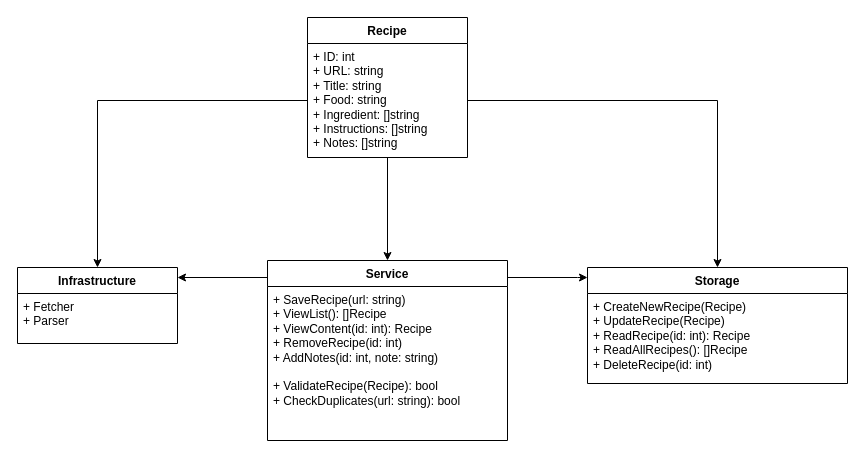
This is docs/class_diagram.drawio from acosio14/cook-book, a draw.io file, before an edit. Source tidied: cells renumbered, new cells numbered last; positions are measured from the earlier drawing's top-left corner, leaving out a move shared by most shapes. Both pictures are drawn from the tidied source at 100%, with x=0, y=0 at pixel (17, 17).
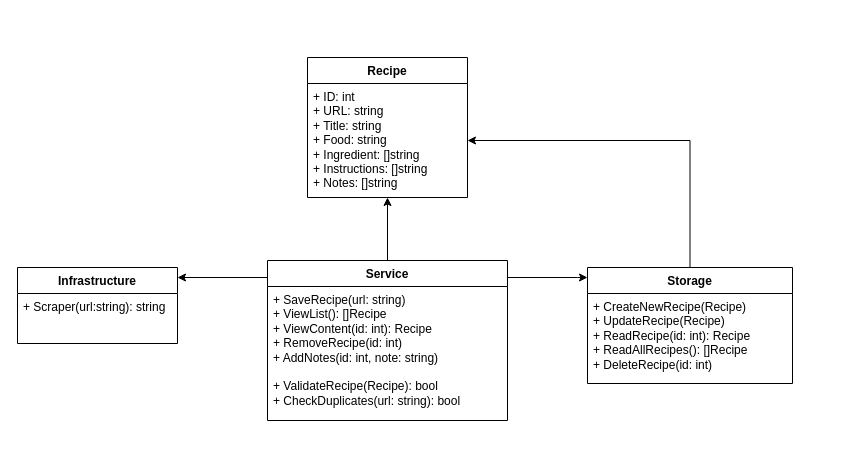
After the change.

Commit message (it also covers changes not shown here):
chore: modify class diagram to have correct infrastructure class and correct arrow direction.

Change to the diagram source:
```diff
@@
 <mxGraphModel>
   <root>
     <mxCell id="0" />
     <mxCell id="1" parent="0" />
-    <mxCell id="2" style="edgeStyle=orthogonalEdgeStyle;rounded=0;jettySize=auto;html=1;exitX=0.5;exitY=1;exitDx=0;exitDy=0;entryX=0.5;entryY=0;entryDx=0;entryDy=0;" parent="1" edge="1" source="3" target="7">
+    <mxCell id="2" style="edgeStyle=orthogonalEdgeStyle;rounded=0;jettySize=auto;html=1;exitX=0.5;exitY=0;exitDx=0;exitDy=0;entryX=0.5;entryY=1;entryDx=0;entryDy=0;" parent="1" edge="1" source="7" target="3">
       <mxGeometry relative="1" as="geometry" />
     </mxCell>
     <mxCell id="3" value="Recipe" style="swimlane;fontStyle=1;align=center;verticalAlign=top;horizontal=1;startSize=26;whiteSpace=wrap;html=1;" parent="1" vertex="1">
-      <mxGeometry x="290" width="160" height="140" as="geometry" />
+      <mxGeometry x="290" y="40" width="160" height="140" as="geometry" />
     </mxCell>
     <mxCell id="4" value="&lt;div&gt;+ ID: int&lt;/div&gt;&lt;div&gt;+ URL: string&lt;/div&gt;&lt;div&gt;+ Title: string&lt;/div&gt;&lt;div&gt;+ Food: string&lt;/div&gt;&lt;div&gt;+ Ingredient: []string&lt;/div&gt;&lt;div&gt;+ Instructions: []string&lt;/div&gt;&lt;div&gt;+ Notes: []string&lt;/div&gt;" style="text;strokeColor=none;fillColor=none;align=left;verticalAlign=top;spacingLeft=4;spacingRight=4;overflow=hidden;points=[[0,0.5],[1,0.5]];portConstraint=eastwest;whiteSpace=wrap;html=1;" parent="3" vertex="1">
       <mxGeometry y="26" width="160" height="114" as="geometry" />
     </mxCell>
     <mxCell id="5" value="Storage" style="swimlane;fontStyle=1;align=center;verticalAlign=top;horizontal=1;startSize=26;whiteSpace=wrap;html=1;" parent="1" vertex="1">
-      <mxGeometry x="570" y="250" width="260" height="116" as="geometry" />
+      <mxGeometry x="570" y="250" width="205" height="116" as="geometry" />
     </mxCell>
     <mxCell id="6" value="&lt;div&gt;+ CreateNewRecipe(Recipe)&lt;/div&gt;&lt;div&gt;+ UpdateRecipe(Recipe)&lt;/div&gt;&lt;div&gt;+ ReadRecipe(id: int): Recipe&lt;/div&gt;&lt;div&gt;+ ReadAllRecipes(): []Recipe&lt;/div&gt;&lt;div&gt;+ DeleteRecipe(id: int)&lt;/div&gt;" style="text;strokeColor=none;fillColor=none;align=left;verticalAlign=top;spacingLeft=4;spacingRight=4;overflow=hidden;whiteSpace=wrap;html=1;" parent="5" vertex="1">
-      <mxGeometry y="26" width="260" height="90" as="geometry" />
+      <mxGeometry y="26" width="205" height="90" as="geometry" />
     </mxCell>
     <mxCell id="7" value="Service" style="swimlane;fontStyle=1;align=center;verticalAlign=top;horizontal=1;startSize=26;whiteSpace=wrap;html=1;" parent="1" vertex="1">
-      <mxGeometry x="250" y="243" width="240" height="180" as="geometry" />
+      <mxGeometry x="250" y="243" width="240" height="160" as="geometry" />
     </mxCell>
     <mxCell id="8" value="&lt;div&gt;+ SaveRecipe(url: string)&lt;/div&gt;&lt;div&gt;+ ViewList(): []Recipe&lt;/div&gt;&lt;div&gt;+ ViewContent(id: int): Recipe&amp;nbsp;&lt;/div&gt;&lt;div&gt;+ RemoveRecipe(id: int)&lt;br&gt;+ AddNotes(id: int, note: string)&lt;/div&gt;&lt;div&gt;&lt;br&gt;&lt;/div&gt;&lt;div&gt;+ ValidateRecipe(Recipe): bool&lt;/div&gt;&lt;div&gt;+ CheckDuplicates(url: string): bool&lt;/div&gt;&lt;div&gt;&lt;br&gt;&lt;/div&gt;" style="text;strokeColor=none;fillColor=none;align=left;verticalAlign=top;spacingLeft=4;spacingRight=4;overflow=hidden;whiteSpace=wrap;html=1;" parent="7" vertex="1">
-      <mxGeometry y="26" width="240" height="154" as="geometry" />
+      <mxGeometry y="26" width="240" height="134" as="geometry" />
     </mxCell>
     <mxCell id="9" value="Infrastructure" style="swimlane;fontStyle=1;align=center;verticalAlign=top;horizontal=1;startSize=26;whiteSpace=wrap;html=1;" parent="1" vertex="1">
       <mxGeometry y="250" width="160" height="76" as="geometry" />
     </mxCell>
-    <mxCell id="10" value="&lt;div&gt;+ Fetcher&lt;/div&gt;&lt;div&gt;+ Parser&lt;/div&gt;" style="text;strokeColor=none;fillColor=none;align=left;verticalAlign=top;spacingLeft=4;spacingRight=4;overflow=hidden;whiteSpace=wrap;html=1;" parent="9" vertex="1">
+    <mxCell id="10" value="&lt;div&gt;+ Scraper(url:string): string&lt;/div&gt;" style="text;strokeColor=none;fillColor=none;align=left;verticalAlign=top;spacingLeft=4;spacingRight=4;overflow=hidden;whiteSpace=wrap;html=1;" parent="9" vertex="1">
       <mxGeometry y="26" width="160" height="50" as="geometry" />
     </mxCell>
-    <mxCell id="11" style="edgeStyle=orthogonalEdgeStyle;rounded=0;jettySize=auto;html=1;exitX=1;exitY=0.5;exitDx=0;exitDy=0;entryX=0.5;entryY=0;entryDx=0;entryDy=0;" parent="1" edge="1" source="4" target="5">
+    <mxCell id="11" style="edgeStyle=orthogonalEdgeStyle;rounded=0;jettySize=auto;html=1;exitX=0.5;exitY=0;exitDx=0;exitDy=0;entryX=1;entryY=0.5;entryDx=0;entryDy=0;" parent="1" edge="1" source="5" target="4">
       <mxGeometry relative="1" as="geometry" />
     </mxCell>
-    <mxCell id="12" style="edgeStyle=orthogonalEdgeStyle;rounded=0;jettySize=auto;html=1;exitX=0;exitY=0.5;exitDx=0;exitDy=0;entryX=0.5;entryY=0;entryDx=0;entryDy=0;" parent="1" edge="1" source="4" target="9">
-      <mxGeometry relative="1" as="geometry" />
-    </mxCell>
     <mxCell id="13" style="edgeStyle=orthogonalEdgeStyle;rounded=0;orthogonalLoop=1;jettySize=auto;html=1;" parent="1" edge="1">
       <mxGeometry relative="1" as="geometry">
         <mxPoint x="250" y="260" as="sourcePoint" />
         <mxPoint x="160" y="260" as="targetPoint" />
         <Array as="points">
           <mxPoint x="250" y="260" />
         </Array>
       </mxGeometry>
     </mxCell>
     <mxCell id="14" style="edgeStyle=orthogonalEdgeStyle;rounded=0;orthogonalLoop=1;jettySize=auto;html=1;" parent="1" edge="1">
       <mxGeometry relative="1" as="geometry">
         <mxPoint x="490" y="260" as="sourcePoint" />
         <mxPoint x="570" y="260" as="targetPoint" />
         <Array as="points">
           <mxPoint x="560" y="260" />
         </Array>
       </mxGeometry>
     </mxCell>
   </root>
 </mxGraphModel>
```
